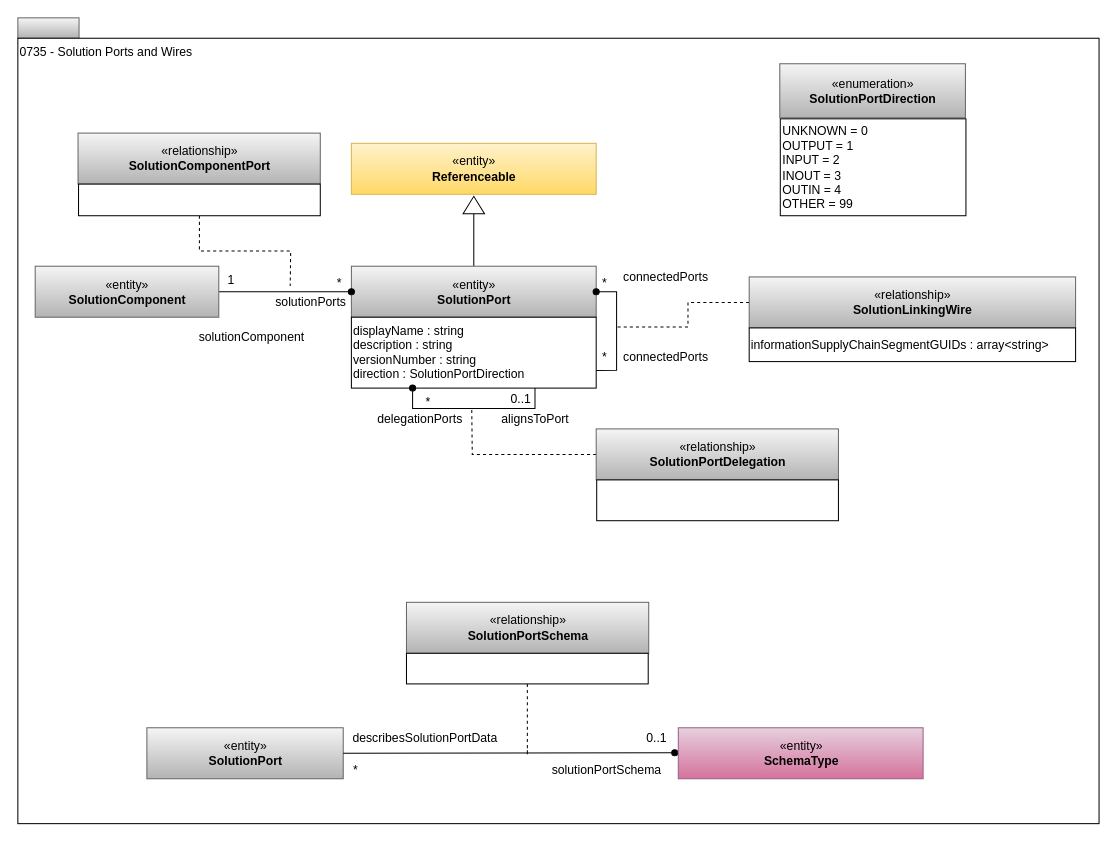
Earlier version of the draw.io diagram page "0735-Solution-Ports-and-Wires" (7 of 14) of site/docs/types/7/area-7-lineage.drawio (odpi/egeria-docs). Source tidied: cells renumbered, new cells numbered last; positions are measured from the earlier drawing's top-left corner, leaving out a move shared by most shapes. Both pictures are drawn from the tidied source at 102%, with x=0, y=0 at pixel (17, 17).
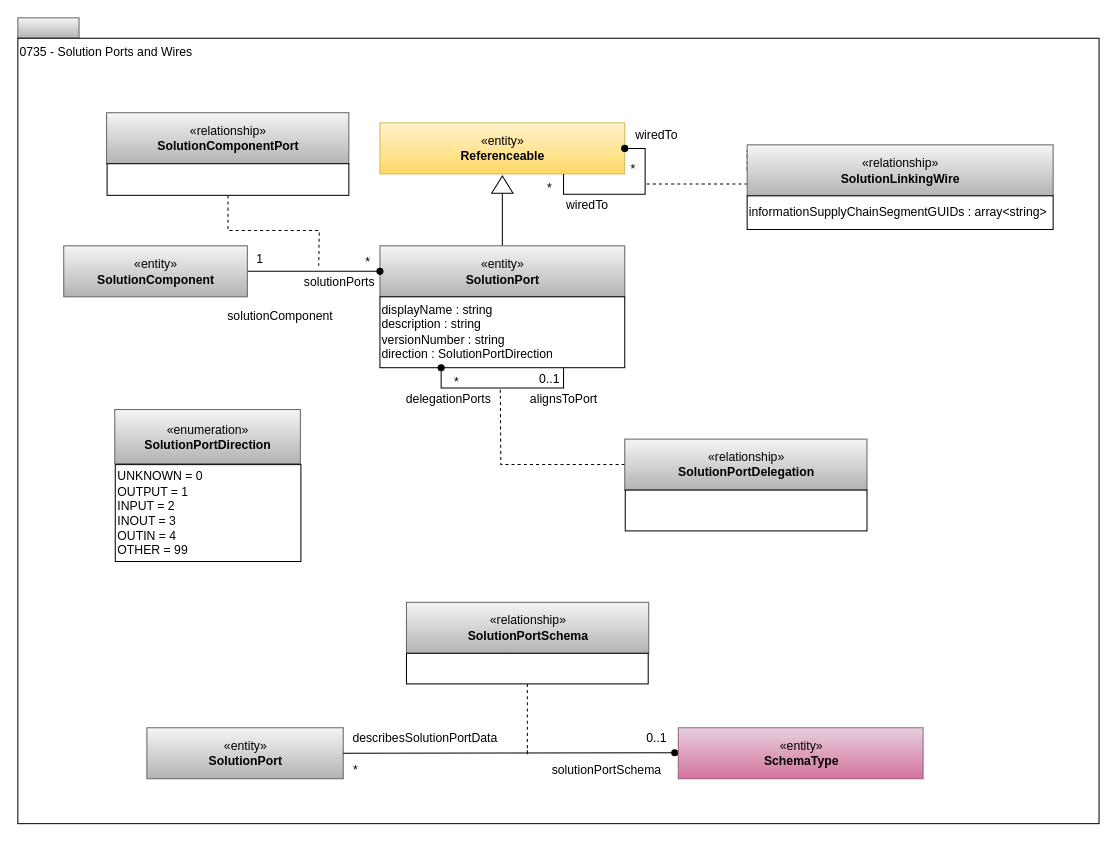
The same diagram, later.

Diff of the diagram source:
```diff
@@
     <mxCell id="4" value="«entity»&lt;br&gt;&lt;b&gt;Referenceable&lt;/b&gt;" style="html=1;strokeColor=#d6b656;align=center;fillColor=#fff2cc;gradientColor=#ffd966;" parent="1" vertex="1">
-      <mxGeometry x="327" y="123" width="240" height="50" as="geometry" />
+      <mxGeometry x="355" y="103" width="240" height="50" as="geometry" />
     </mxCell>
     <mxCell id="5" style="edgeStyle=orthogonalEdgeStyle;rounded=0;html=1;exitX=0;exitY=0.5;dashed=1;endArrow=none;endFill=0;jettySize=auto;exitDx=0;exitDy=0;" parent="1" edge="1" source="6">
       <mxGeometry relative="1" as="geometry">
-        <mxPoint x="587" y="303" as="targetPoint" />
+        <mxPoint x="615" y="163" as="targetPoint" />
         <Array as="points">
-          <mxPoint x="657" y="279" />
-          <mxPoint x="657" y="303" />
+          <mxPoint x="725" y="130" />
+          <mxPoint x="725" y="163" />
         </Array>
       </mxGeometry>
     </mxCell>
     <mxCell id="6" value="«relationship»&lt;br&gt;&lt;b&gt;SolutionLinkingWire&lt;/b&gt;" style="html=1;strokeColor=#666666;align=center;fillColor=#f5f5f5;gradientColor=#b3b3b3;" parent="1" vertex="1">
-      <mxGeometry x="717" y="254" width="320" height="50" as="geometry" />
+      <mxGeometry x="715" y="124.5" width="300" height="50" as="geometry" />
     </mxCell>
     <mxCell id="7" value="informationSupplyChainSegmentGUIDs : array&amp;lt;string&amp;gt;&amp;nbsp;" style="rounded=0;whiteSpace=wrap;html=1;strokeColor=#000000;gradientColor=#ffffff;align=left;" parent="1" vertex="1">
-      <mxGeometry x="717" y="304" width="320" height="33" as="geometry" />
+      <mxGeometry x="715" y="174.5" width="300" height="33" as="geometry" />
     </mxCell>
@@
     <mxCell id="9" style="triangle;whiteSpace=wrap;html=1;strokeColor=#000000;gradientColor=#ffffff;align=center;rotation=-90;" parent="1" vertex="1">
-      <mxGeometry x="438.5" y="173" width="17" height="21" as="geometry" />
+      <mxGeometry x="466.5" y="153" width="17" height="21" as="geometry" />
     </mxCell>
     <mxCell id="10" value="«entity»&lt;br&gt;&lt;b&gt;SolutionPort&lt;/b&gt;" style="html=1;strokeColor=#666666;align=center;fillColor=#f5f5f5;gradientColor=#b3b3b3;" parent="1" vertex="1">
-      <mxGeometry x="327" y="243.5" width="240" height="50" as="geometry" />
+      <mxGeometry x="355" y="223.5" width="240" height="50" as="geometry" />
     </mxCell>
-    <mxCell id="11" style="edgeStyle=orthogonalEdgeStyle;rounded=0;html=1;exitX=1;exitY=0.75;entryX=1;entryY=0.5;endArrow=oval;endFill=1;jettySize=auto;entryDx=0;entryDy=0;exitDx=0;exitDy=0;strokeWidth=1;" parent="1" edge="1" source="12" target="10">
+    <mxCell id="11" style="edgeStyle=orthogonalEdgeStyle;rounded=0;html=1;exitX=0.75;exitY=1;entryX=1;entryY=0.5;endArrow=oval;endFill=1;jettySize=auto;orthogonalLoop=1;entryDx=0;entryDy=0;exitDx=0;exitDy=0;strokeWidth=1;" parent="1" edge="1" source="4" target="4">
       <mxGeometry relative="1" as="geometry" />
     </mxCell>
     <mxCell id="12" value="displayName : string&lt;br&gt;description : string&lt;br&gt;versionNumber : string&lt;br&gt;direction : SolutionPortDirection&lt;br&gt;&lt;div style=&quot;text-align: left&quot;&gt;&lt;/div&gt;" style="rounded=0;whiteSpace=wrap;html=1;strokeColor=#000000;gradientColor=#ffffff;align=left;" parent="1" vertex="1">
-      <mxGeometry x="327" y="293.5" width="240" height="69.5" as="geometry" />
+      <mxGeometry x="355" y="273.5" width="240" height="69.5" as="geometry" />
     </mxCell>
-    <mxCell id="13" value="connectedPorts" style="text;html=1;align=center;verticalAlign=top;spacingTop=-4;" parent="1" vertex="1">
-      <mxGeometry x="585" y="243.5" width="100" height="20" as="geometry" />
+    <mxCell id="13" value="wiredTo" style="text;html=1;align=center;verticalAlign=top;spacingTop=-4;" parent="1" vertex="1">
+      <mxGeometry x="595.5" y="104.5" width="60" height="20" as="geometry" />
     </mxCell>
     <mxCell id="14" value="*" style="text;html=1;align=center;verticalAlign=top;spacingTop=-4;" parent="1" vertex="1">
-      <mxGeometry x="567" y="249.5" width="15" height="14" as="geometry" />
+      <mxGeometry x="595.5" y="139" width="15" height="14" as="geometry" />
     </mxCell>
     <mxCell id="15" value="*" style="text;html=1;align=center;verticalAlign=top;spacingTop=-4;" parent="1" vertex="1">
-      <mxGeometry x="567" y="323" width="15" height="14" as="geometry" />
+      <mxGeometry x="513" y="156.5" width="15" height="14" as="geometry" />
     </mxCell>
-    <mxCell id="16" value="connectedPorts" style="text;html=1;align=center;verticalAlign=top;spacingTop=-4;" parent="1" vertex="1">
-      <mxGeometry x="585" y="323" width="100" height="20" as="geometry" />
+    <mxCell id="16" value="wiredTo" style="text;html=1;align=center;verticalAlign=top;spacingTop=-4;" parent="1" vertex="1">
+      <mxGeometry x="528" y="174" width="60" height="20" as="geometry" />
     </mxCell>
@@
     <mxCell id="18" style="edgeStyle=orthogonalEdgeStyle;rounded=0;html=1;exitX=0;exitY=0.5;endArrow=none;endFill=0;jettySize=auto;dashed=1;" parent="1" edge="1" source="19">
       <mxGeometry relative="1" as="geometry">
-        <mxPoint x="445" y="383" as="targetPoint" />
+        <mxPoint x="473" y="363" as="targetPoint" />
       </mxGeometry>
     </mxCell>
     <mxCell id="19" value="«relationship»&lt;br&gt;&lt;b&gt;SolutionPortDelegation&lt;/b&gt;" style="html=1;strokeColor=#666666;align=center;fillColor=#f5f5f5;gradientColor=#b3b3b3;" parent="1" vertex="1">
-      <mxGeometry x="567" y="403" width="237.5" height="50" as="geometry" />
+      <mxGeometry x="595" y="413" width="237.5" height="50" as="geometry" />
     </mxCell>
     <mxCell id="20" style="rounded=0;whiteSpace=wrap;html=1;strokeColor=#000000;gradientColor=#ffffff;align=left;" parent="1" vertex="1">
-      <mxGeometry x="567.5" y="453" width="237" height="40" as="geometry" />
+      <mxGeometry x="595.5" y="463" width="237" height="40" as="geometry" />
     </mxCell>
     <mxCell id="21" value="0..1" style="text;html=1;align=center;verticalAlign=top;spacingTop=-4;" parent="1" vertex="1">
-      <mxGeometry x="472.5" y="364" width="40" height="20" as="geometry" />
+      <mxGeometry x="500.5" y="344" width="40" height="20" as="geometry" />
     </mxCell>
     <mxCell id="22" value="*" style="text;html=1;align=center;verticalAlign=top;spacingTop=-4;" parent="1" vertex="1">
-      <mxGeometry x="394.5" y="367" width="15" height="14" as="geometry" />
+      <mxGeometry x="422.5" y="347" width="15" height="14" as="geometry" />
     </mxCell>
     <mxCell id="23" value="delegationPorts" style="text;html=1;align=center;verticalAlign=top;spacingTop=-4;" parent="1" vertex="1">
-      <mxGeometry x="343.5" y="384" width="100" height="20" as="geometry" />
+      <mxGeometry x="371.5" y="364" width="100" height="20" as="geometry" />
     </mxCell>
     <mxCell id="24" value="alignsToPort" style="text;html=1;align=center;verticalAlign=top;spacingTop=-4;" parent="1" vertex="1">
-      <mxGeometry x="467" y="384" width="80" height="20" as="geometry" />
+      <mxGeometry x="495" y="364" width="80" height="20" as="geometry" />
     </mxCell>
@@
     <mxCell id="26" value="«entity»&lt;br&gt;&lt;b&gt;SolutionComponent&lt;/b&gt;" style="html=1;strokeColor=#666666;align=center;fillColor=#f5f5f5;gradientColor=#b3b3b3;" parent="1" vertex="1">
-      <mxGeometry x="17" y="243.5" width="180" height="50" as="geometry" />
+      <mxGeometry x="45" y="223.5" width="180" height="50" as="geometry" />
     </mxCell>
     <mxCell id="27" value="*" style="text;html=1;align=center;verticalAlign=top;spacingTop=-4;" parent="1" vertex="1">
-      <mxGeometry x="307" y="249.5" width="15" height="14" as="geometry" />
+      <mxGeometry x="335" y="229.5" width="15" height="14" as="geometry" />
     </mxCell>
     <mxCell id="28" value="1" style="text;html=1;align=center;verticalAlign=top;spacingTop=-4;" parent="1" vertex="1">
-      <mxGeometry x="199" y="246.5" width="20" height="20" as="geometry" />
+      <mxGeometry x="227" y="226.5" width="20" height="20" as="geometry" />
     </mxCell>
     <mxCell id="29" value="solutionComponent" style="text;html=1;align=center;verticalAlign=top;spacingTop=-4;" parent="1" vertex="1">
-      <mxGeometry x="169" y="303" width="120" height="20" as="geometry" />
+      <mxGeometry x="197" y="283" width="120" height="20" as="geometry" />
     </mxCell>
     <mxCell id="30" value="solutionPorts" style="text;html=1;align=center;verticalAlign=top;spacingTop=-4;" parent="1" vertex="1">
-      <mxGeometry x="247" y="269" width="80" height="20" as="geometry" />
+      <mxGeometry x="275" y="249" width="80" height="20" as="geometry" />
     </mxCell>
     <mxCell id="31" value="«enumeration»&lt;br&gt;&lt;b&gt;SolutionPortDirection&lt;/b&gt;" style="html=1;strokeColor=#666666;align=center;fillColor=#f5f5f5;gradientColor=#b3b3b3;" parent="1" vertex="1">
-      <mxGeometry x="747" y="45" width="182" height="53" as="geometry" />
+      <mxGeometry x="95" y="384" width="182" height="53" as="geometry" />
     </mxCell>
     <mxCell id="32" value="UNKNOWN = 0&lt;br&gt;OUTPUT = 1&lt;br&gt;INPUT = 2&lt;br&gt;INOUT = 3&lt;br&gt;OUTIN = 4&lt;br&gt;OTHER = 99" style="rounded=0;whiteSpace=wrap;html=1;strokeColor=#000000;gradientColor=#ffffff;align=left;" parent="1" vertex="1">
-      <mxGeometry x="747.5" y="99" width="182" height="95" as="geometry" />
+      <mxGeometry x="95.5" y="438" width="182" height="95" as="geometry" />
     </mxCell>
     <mxCell id="33" style="edgeStyle=orthogonalEdgeStyle;rounded=0;html=1;exitX=0.5;exitY=1;endArrow=none;endFill=0;jettySize=auto;dashed=1;exitDx=0;exitDy=0;" parent="1" edge="1" source="35">
       <mxGeometry relative="1" as="geometry">
-        <mxPoint x="267" y="263" as="targetPoint" />
+        <mxPoint x="295" y="243" as="targetPoint" />
       </mxGeometry>
     </mxCell>
     <mxCell id="34" value="«relationship»&lt;br&gt;&lt;b&gt;SolutionComponentPort&lt;/b&gt;" style="html=1;strokeColor=#666666;align=center;fillColor=#f5f5f5;gradientColor=#b3b3b3;" parent="1" vertex="1">
-      <mxGeometry x="59" y="113" width="237.5" height="50" as="geometry" />
+      <mxGeometry x="87" y="93" width="237.5" height="50" as="geometry" />
     </mxCell>
     <mxCell id="35" style="rounded=0;whiteSpace=wrap;html=1;strokeColor=#000000;gradientColor=#ffffff;align=left;" parent="1" vertex="1">
-      <mxGeometry x="59.5" y="163" width="237" height="31" as="geometry" />
+      <mxGeometry x="87.5" y="143" width="237" height="31" as="geometry" />
     </mxCell>
```
